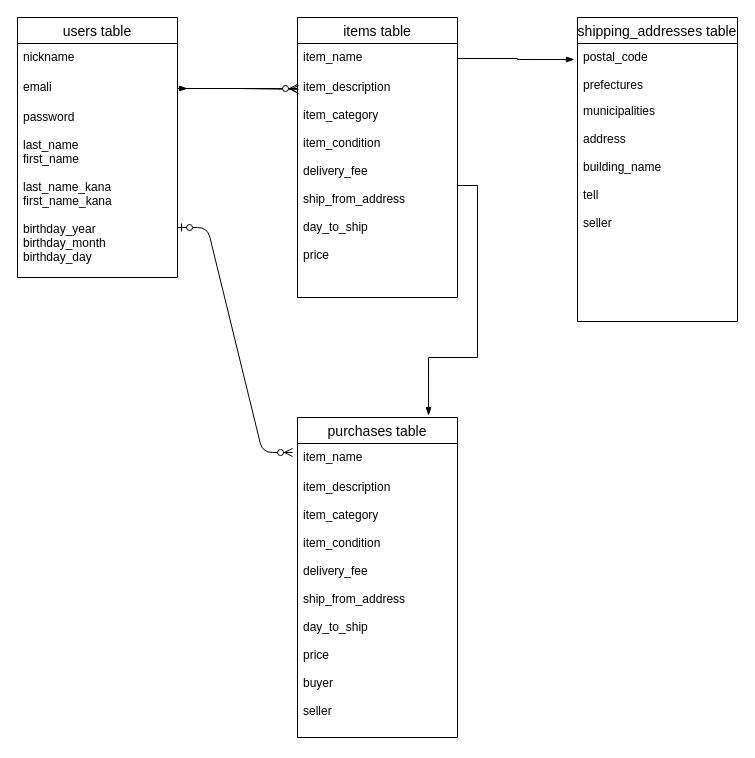
Earlier version of the draw.io diagram page "ページ1" (1 of 2) of furima.dio (hirobitch/furima-36776). Source tidied: cells renumbered, new cells numbered last; positions are measured from the earlier drawing's top-left corner, leaving out a move shared by most shapes. Both pictures are drawn from the tidied source at 100%, with x=0, y=0 at pixel (17, 17).
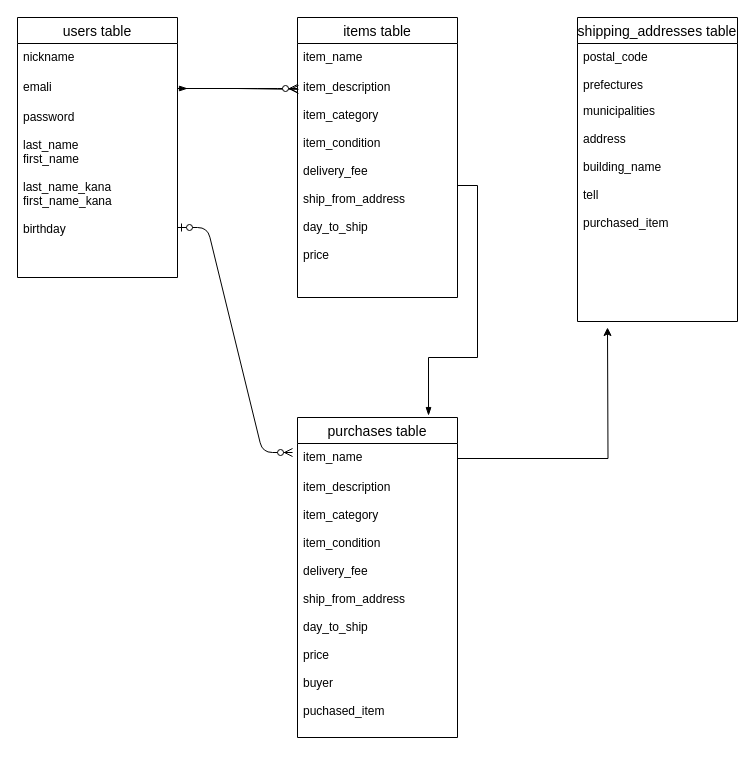
Above is the later version.

Commit message (it also covers changes not shown here):
『修正』データベース設計

Unchanged cells that the change refers to:
```xml
<mxCell id="3" value="users table" style="swimlane;fontStyle=0;horizontal=1;startSize=26;align=center;fontSize=14;" parent="1" vertex="1">
  <mxGeometry width="160" height="260" as="geometry" />
</mxCell>
<mxCell id="8" value="item_name" style="text;strokeColor=none;fillColor=none;spacingLeft=4;spacingRight=4;overflow=hidden;points=[[0,0.5],[1,0.5]];portConstraint=eastwest;fontSize=12;" parent="7" vertex="1">
  <mxGeometry y="26" width="160" height="30" as="geometry" />
</mxCell>
<mxCell id="10" value="shipping_addresses table" style="swimlane;fontStyle=0;horizontal=1;startSize=26;align=center;fontSize=14;" parent="1" vertex="1">
  <mxGeometry x="560" width="160" height="304" as="geometry" />
</mxCell>
<mxCell id="11" value="postal_code&#10;&#10;prefectures" style="text;strokeColor=none;fillColor=none;spacingLeft=4;spacingRight=4;overflow=hidden;points=[[0,0.5],[1,0.5]];portConstraint=eastwest;fontSize=12;" parent="10" vertex="1">
  <mxGeometry y="26" width="160" height="54" as="geometry" />
</mxCell>
<mxCell id="13" value="purchases table" style="swimlane;fontStyle=0;horizontal=1;startSize=26;align=center;fontSize=14;" parent="1" vertex="1">
  <mxGeometry x="280" y="400" width="160" height="320" as="geometry" />
</mxCell>
<mxCell id="14" value="item_name" style="text;strokeColor=none;fillColor=none;spacingLeft=4;spacingRight=4;overflow=hidden;points=[[0,0.5],[1,0.5]];portConstraint=eastwest;fontSize=12;" parent="13" vertex="1">
  <mxGeometry y="26" width="160" height="30" as="geometry" />
</mxCell>
```

Diff of the diagram source:
```diff
@@
-    <mxCell id="6" value="password&#10;&#10;last_name&#10;first_name&#10;&#10;last_name_kana&#10;first_name_kana&#10;&#10;birthday_year&#10;birthday_month&#10;birthday_day" style="text;strokeColor=none;fillColor=none;spacingLeft=4;spacingRight=4;overflow=hidden;fontSize=12;" parent="3" vertex="1">
+    <mxCell id="6" value="password&#10;&#10;last_name&#10;first_name&#10;&#10;last_name_kana&#10;first_name_kana&#10;&#10;birthday" style="text;strokeColor=none;fillColor=none;spacingLeft=4;spacingRight=4;overflow=hidden;fontSize=12;" parent="3" vertex="1">
       <mxGeometry y="86" width="160" height="174" as="geometry" />
     </mxCell>
@@
-    <mxCell id="12" value="municipalities&#10;&#10;address&#10;&#10;building_name&#10;&#10;tell&#10;&#10;seller" style="text;strokeColor=none;fillColor=none;spacingLeft=4;spacingRight=4;overflow=hidden;fontSize=12;" parent="10" vertex="1">
+    <mxCell id="12" value="municipalities&#10;&#10;address&#10;&#10;building_name&#10;&#10;tell&#10;&#10;purchased_item" style="text;strokeColor=none;fillColor=none;spacingLeft=4;spacingRight=4;overflow=hidden;fontSize=12;" parent="10" vertex="1">
       <mxGeometry y="80" width="160" height="224" as="geometry" />
     </mxCell>
@@
-    <mxCell id="15" value="item_description&#10;&#10;item_category&#10;&#10;item_condition&#10;&#10;delivery_fee&#10;&#10;ship_from_address&#10;&#10;day_to_ship&#10;&#10;price&#10;&#10;buyer&#10;&#10;seller&#10;&#10;&#10;" style="text;strokeColor=none;fillColor=none;spacingLeft=4;spacingRight=4;overflow=hidden;fontSize=12;" parent="13" vertex="1">
+    <mxCell id="15" value="item_description&#10;&#10;item_category&#10;&#10;item_condition&#10;&#10;delivery_fee&#10;&#10;ship_from_address&#10;&#10;day_to_ship&#10;&#10;price&#10;&#10;buyer&#10;&#10;puchased_item&#10;&#10;" style="text;strokeColor=none;fillColor=none;spacingLeft=4;spacingRight=4;overflow=hidden;fontSize=12;" parent="13" vertex="1">
       <mxGeometry y="56" width="160" height="264" as="geometry" />
     </mxCell>
@@
-    <mxCell id="19" style="edgeStyle=orthogonalEdgeStyle;rounded=0;jettySize=auto;html=1;exitX=1;exitY=0.5;exitDx=0;exitDy=0;entryX=-0.019;entryY=0.296;entryDx=0;entryDy=0;entryPerimeter=0;endArrow=blockThin;endFill=1;" parent="1" edge="1" source="8" target="11">
-      <mxGeometry relative="1" as="geometry" />
-    </mxCell>
@@
+    <mxCell id="22" value="&lt;br&gt;" style="edgeStyle=orthogonalEdgeStyle;rounded=0;jettySize=auto;html=1;exitX=1;exitY=0.5;exitDx=0;exitDy=0;" parent="1" edge="1" source="14">
+      <mxGeometry relative="1" as="geometry">
+        <mxPoint x="590" y="310" as="targetPoint" />
+      </mxGeometry>
+    </mxCell>
```
